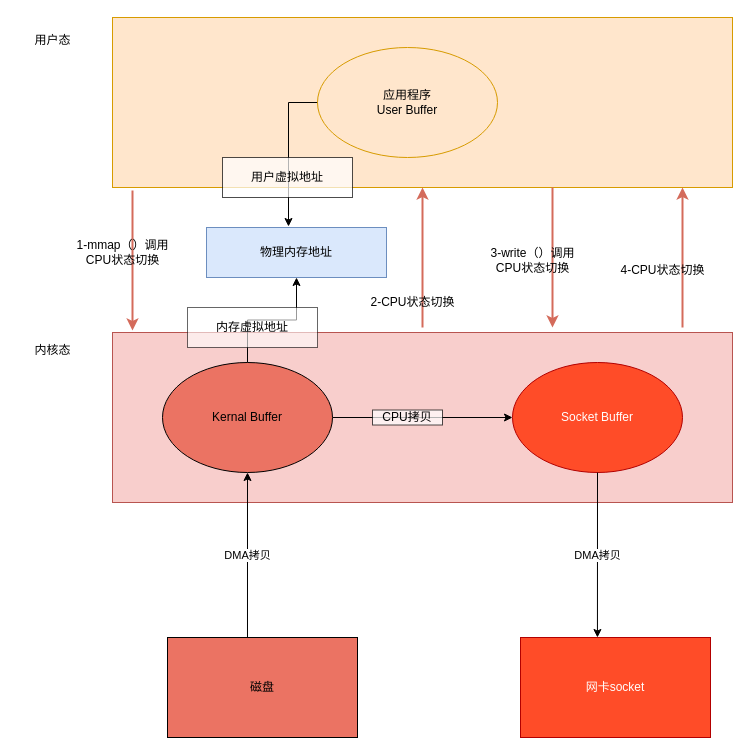
Before: mmap+write.drawio in ChengziMao/diagrams, a draw.io diagram. Source tidied: cells renumbered, new cells numbered last; positions are measured from the earlier drawing's top-left corner, leaving out a move shared by most shapes. Both pictures are drawn from the tidied source at 100%, with x=0, y=0 at pixel (22, 17).
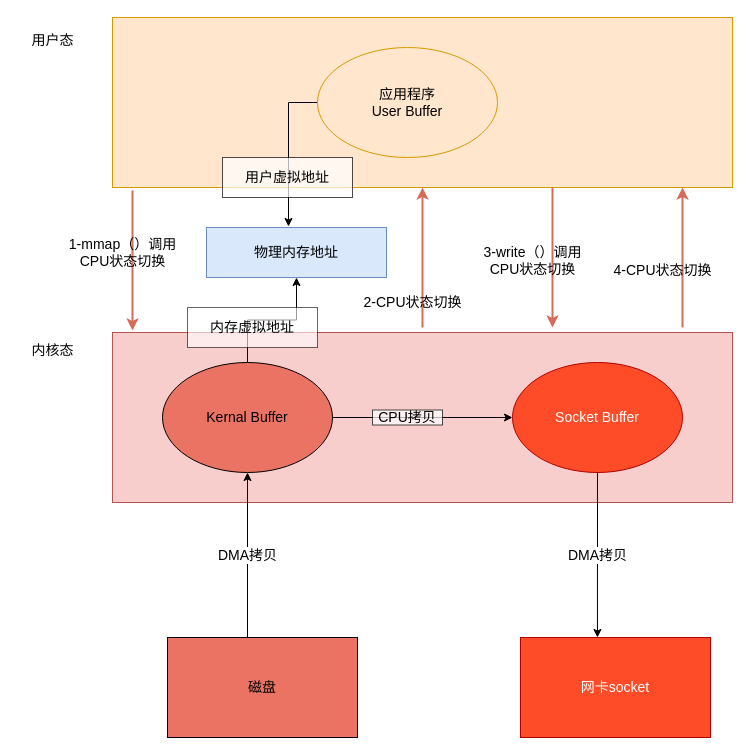
The same diagram, later.

What changed in the source:
```diff
@@
-    <mxCell id="2" style="rounded=0;whiteSpace=wrap;html=1;fillColor=#ffe6cc;strokeColor=#d79b00;" parent="1" vertex="1">
+    <mxCell id="2" style="rounded=0;whiteSpace=wrap;html=1;fillColor=#ffe6cc;strokeColor=#d79b00;fontSize=14;" parent="1" vertex="1">
       <mxGeometry x="90" width="620" height="170" as="geometry" />
     </mxCell>
-    <mxCell id="3" style="edgeStyle=orthogonalEdgeStyle;rounded=0;orthogonalLoop=1;jettySize=auto;html=1;entryX=0.45;entryY=-0.02;entryDx=0;entryDy=0;entryPerimeter=0;" parent="1" edge="1">
+    <mxCell id="3" style="edgeStyle=orthogonalEdgeStyle;rounded=0;orthogonalLoop=1;jettySize=auto;html=1;entryX=0.45;entryY=-0.02;entryDx=0;entryDy=0;entryPerimeter=0;fontSize=14;" parent="1" edge="1">
       <mxGeometry relative="1" as="geometry">
         <mxPoint x="297" y="85" as="sourcePoint" />
         <mxPoint x="266" y="209" as="targetPoint" />
         <Array as="points">
           <mxPoint x="266" y="85" />
         </Array>
       </mxGeometry>
     </mxCell>
-    <mxCell id="4" value="应用程序&lt;div&gt;User Buffer&lt;/div&gt;" style="ellipse;whiteSpace=wrap;html=1;fillColor=#ffe6cc;strokeColor=#d79b00;" parent="1" vertex="1">
+    <mxCell id="4" value="应用程序&lt;div&gt;User Buffer&lt;/div&gt;" style="ellipse;whiteSpace=wrap;html=1;fillColor=#ffe6cc;strokeColor=#d79b00;fontSize=14;" parent="1" vertex="1">
       <mxGeometry x="295" y="30" width="180" height="110" as="geometry" />
     </mxCell>
-    <mxCell id="5" value="用户态" style="text;html=1;align=center;verticalAlign=middle;strokeColor=none;fillColor=none;" parent="1" vertex="1">
-      <mxGeometry y="8" width="60" height="30" as="geometry" />
+    <mxCell id="5" value="用户态" style="text;html=1;align=center;verticalAlign=middle;strokeColor=none;fillColor=none;fontSize=14;" parent="1" vertex="1">
+      <mxGeometry x="-5" y="8" width="70" height="30" as="geometry" />
     </mxCell>
-    <mxCell id="6" style="rounded=0;whiteSpace=wrap;html=1;fillColor=#f8cecc;strokeColor=#b85450;" parent="1" vertex="1">
+    <mxCell id="6" style="rounded=0;whiteSpace=wrap;html=1;fillColor=#f8cecc;strokeColor=#b85450;fontSize=14;" parent="1" vertex="1">
       <mxGeometry x="90" y="315" width="620" height="170" as="geometry" />
     </mxCell>
-    <mxCell id="7" style="edgeStyle=orthogonalEdgeStyle;rounded=0;jettySize=auto;html=1;" parent="1" edge="1" source="9" target="10">
+    <mxCell id="7" style="edgeStyle=orthogonalEdgeStyle;rounded=0;jettySize=auto;html=1;fontSize=14;" parent="1" edge="1" source="9" target="10">
       <mxGeometry relative="1" as="geometry" />
     </mxCell>
-    <mxCell id="8" style="edgeStyle=orthogonalEdgeStyle;rounded=0;jettySize=auto;html=1;entryX=0.5;entryY=1;entryDx=0;entryDy=0;" parent="1" edge="1" source="9" target="18">
+    <mxCell id="8" style="edgeStyle=orthogonalEdgeStyle;rounded=0;jettySize=auto;html=1;entryX=0.5;entryY=1;entryDx=0;entryDy=0;fontSize=14;" parent="1" edge="1" source="9" target="18">
       <mxGeometry relative="1" as="geometry" />
     </mxCell>
-    <mxCell id="9" value="Kernal Buffer" style="ellipse;whiteSpace=wrap;html=1;fillColor=light-dark(#eb7363, #ededed);" parent="1" vertex="1">
+    <mxCell id="9" value="Kernal Buffer" style="ellipse;whiteSpace=wrap;html=1;fillColor=light-dark(#eb7363, #ededed);fontSize=14;" parent="1" vertex="1">
       <mxGeometry x="140" y="345" width="170" height="110" as="geometry" />
     </mxCell>
-    <mxCell id="10" value="Socket Buffer" style="ellipse;whiteSpace=wrap;html=1;fillColor=light-dark(#ff4c28, #ff9281);fontColor=#ffffff;strokeColor=#B20000;" parent="1" vertex="1">
+    <mxCell id="10" value="Socket Buffer" style="ellipse;whiteSpace=wrap;html=1;fillColor=light-dark(#ff4c28, #ff9281);fontColor=#ffffff;strokeColor=#B20000;fontSize=14;" parent="1" vertex="1">
       <mxGeometry x="490" y="345" width="170" height="110" as="geometry" />
     </mxCell>
-    <mxCell id="11" value="磁盘" style="rounded=0;whiteSpace=wrap;html=1;fillColor=light-dark(#eb7363, #ededed);" parent="1" vertex="1">
+    <mxCell id="11" value="磁盘" style="rounded=0;whiteSpace=wrap;html=1;fillColor=light-dark(#eb7363, #ededed);fontSize=14;" parent="1" vertex="1">
       <mxGeometry x="145" y="620" width="190" height="100" as="geometry" />
     </mxCell>
-    <mxCell id="12" value="网卡socket" style="rounded=0;whiteSpace=wrap;html=1;fillColor=light-dark(#ff4c28, #ff9281);fontColor=#ffffff;strokeColor=#B20000;" parent="1" vertex="1">
+    <mxCell id="12" value="网卡socket" style="rounded=0;whiteSpace=wrap;html=1;fillColor=light-dark(#ff4c28, #ff9281);fontColor=#ffffff;strokeColor=#B20000;fontSize=14;" parent="1" vertex="1">
       <mxGeometry x="498" y="620" width="190" height="100" as="geometry" />
     </mxCell>
-    <mxCell id="13" style="endArrow=classic;html=1;rounded=0;entryX=0.5;entryY=1;entryDx=0;entryDy=0;exitX=0.421;exitY=0;exitDx=0;exitDy=0;exitPerimeter=0;" parent="1" edge="1" source="11" target="9">
+    <mxCell id="13" style="endArrow=classic;html=1;rounded=0;entryX=0.5;entryY=1;entryDx=0;entryDy=0;exitX=0.421;exitY=0;exitDx=0;exitDy=0;exitPerimeter=0;fontSize=14;" parent="1" edge="1" source="11" target="9">
       <mxGeometry relative="1" as="geometry" />
     </mxCell>
-    <mxCell id="14" value="DMA拷贝" style="edgeLabel;html=1;align=center;verticalAlign=middle;" parent="13" vertex="1">
+    <mxCell id="14" value="DMA拷贝" style="edgeLabel;html=1;align=center;verticalAlign=middle;fontSize=14;" parent="13" vertex="1">
       <mxGeometry relative="1" as="geometry" />
     </mxCell>
-    <mxCell id="15" style="endArrow=classic;html=1;rounded=0;exitX=0.5;exitY=1;exitDx=0;exitDy=0;entryX=0.405;entryY=0;entryDx=0;entryDy=0;entryPerimeter=0;" parent="1" edge="1" source="10" target="12">
+    <mxCell id="15" style="endArrow=classic;html=1;rounded=0;exitX=0.5;exitY=1;exitDx=0;exitDy=0;entryX=0.405;entryY=0;entryDx=0;entryDy=0;entryPerimeter=0;fontSize=14;" parent="1" edge="1" source="10" target="12">
       <mxGeometry relative="1" as="geometry" />
     </mxCell>
-    <mxCell id="16" value="DMA拷贝" style="edgeLabel;html=1;align=center;verticalAlign=middle;" parent="15" vertex="1">
+    <mxCell id="16" value="DMA拷贝" style="edgeLabel;html=1;align=center;verticalAlign=middle;fontSize=14;" parent="15" vertex="1">
       <mxGeometry relative="1" as="geometry" />
     </mxCell>
-    <mxCell id="17" value="CPU拷贝" style="rounded=0;whiteSpace=wrap;html=1;opacity=70;" parent="1" vertex="1">
+    <mxCell id="17" value="CPU拷贝" style="rounded=0;whiteSpace=wrap;html=1;opacity=70;fontSize=14;" parent="1" vertex="1">
       <mxGeometry x="350" y="392.5" width="70" height="15" as="geometry" />
     </mxCell>
-    <mxCell id="18" value="物理内存地址" style="rounded=0;whiteSpace=wrap;html=1;fillColor=#dae8fc;strokeColor=#6c8ebf;" parent="1" vertex="1">
+    <mxCell id="18" value="物理内存地址" style="rounded=0;whiteSpace=wrap;html=1;fillColor=#dae8fc;strokeColor=#6c8ebf;fontSize=14;" parent="1" vertex="1">
       <mxGeometry x="184" y="210" width="180" height="50" as="geometry" />
     </mxCell>
-    <mxCell id="19" value="用户虚拟地址" style="rounded=0;whiteSpace=wrap;html=1;opacity=70;" parent="1" vertex="1">
+    <mxCell id="19" value="用户虚拟地址" style="rounded=0;whiteSpace=wrap;html=1;opacity=70;fontSize=14;" parent="1" vertex="1">
       <mxGeometry x="200" y="140" width="130" height="40" as="geometry" />
     </mxCell>
-    <mxCell id="20" value="内存虚拟地址" style="rounded=0;whiteSpace=wrap;html=1;opacity=60;" parent="1" vertex="1">
+    <mxCell id="20" value="内存虚拟地址" style="rounded=0;whiteSpace=wrap;html=1;opacity=60;fontSize=14;" parent="1" vertex="1">
       <mxGeometry x="165" y="290" width="130" height="40" as="geometry" />
     </mxCell>
-    <mxCell id="21" value="内核态" style="text;html=1;align=center;verticalAlign=middle;strokeColor=none;fillColor=none;" parent="1" vertex="1">
-      <mxGeometry y="318" width="60" height="30" as="geometry" />
+    <mxCell id="21" value="内核态" style="text;html=1;align=center;verticalAlign=middle;strokeColor=none;fillColor=none;fontSize=14;" parent="1" vertex="1">
+      <mxGeometry x="-5" y="318" width="70" height="30" as="geometry" />
     </mxCell>
-    <mxCell id="22" style="endArrow=classic;html=1;rounded=0;strokeColor=light-dark(#d46b5b, #ededed);strokeWidth=2;" parent="1" edge="1">
+    <mxCell id="22" style="endArrow=classic;html=1;rounded=0;strokeColor=light-dark(#d46b5b, #ededed);strokeWidth=2;fontSize=14;" parent="1" edge="1">
       <mxGeometry relative="1" as="geometry">
         <mxPoint x="110" y="173" as="sourcePoint" />
         <mxPoint x="110" y="313" as="targetPoint" />
       </mxGeometry>
     </mxCell>
-    <mxCell id="23" value="1-mmap（）调用&lt;div&gt;CPU状态切换&lt;/div&gt;" style="text;html=1;align=center;verticalAlign=middle;strokeColor=none;fillColor=none;" parent="1" vertex="1">
-      <mxGeometry x="40" y="215" width="120" height="40" as="geometry" />
+    <mxCell id="23" value="1-mmap（）调用&lt;div&gt;CPU状态切换&lt;/div&gt;" style="text;html=1;align=center;verticalAlign=middle;strokeColor=none;fillColor=none;fontSize=14;" parent="1" vertex="1">
+      <mxGeometry x="35" y="210" width="130" height="50" as="geometry" />
     </mxCell>
-    <mxCell id="24" style="endArrow=classic;html=1;rounded=0;strokeColor=light-dark(#d46b5b, #ededed);strokeWidth=2;" parent="1" edge="1" target="2">
+    <mxCell id="24" style="endArrow=classic;html=1;rounded=0;strokeColor=light-dark(#d46b5b, #ededed);strokeWidth=2;fontSize=14;" parent="1" edge="1" target="2">
       <mxGeometry relative="1" as="geometry">
         <mxPoint x="400" y="310" as="sourcePoint" />
       </mxGeometry>
     </mxCell>
-    <mxCell id="25" value="2-CPU状态切换" style="text;html=1;align=center;verticalAlign=middle;strokeColor=none;fillColor=none;" parent="1" vertex="1">
-      <mxGeometry x="335" y="270" width="110" height="30" as="geometry" />
+    <mxCell id="25" value="2-CPU状态切换" style="text;html=1;align=center;verticalAlign=middle;strokeColor=none;fillColor=none;fontSize=14;" parent="1" vertex="1">
+      <mxGeometry x="330" y="270" width="120" height="30" as="geometry" />
     </mxCell>
-    <mxCell id="26" style="endArrow=classic;html=1;rounded=0;strokeColor=light-dark(#d46b5b, #ededed);strokeWidth=2;" parent="1" edge="1">
+    <mxCell id="26" style="endArrow=classic;html=1;rounded=0;strokeColor=light-dark(#d46b5b, #ededed);strokeWidth=2;fontSize=14;" parent="1" edge="1">
       <mxGeometry relative="1" as="geometry">
         <mxPoint x="530" y="170" as="sourcePoint" />
         <mxPoint x="530" y="310" as="targetPoint" />
       </mxGeometry>
     </mxCell>
-    <mxCell id="27" value="3-write（）调用&lt;div&gt;CPU状态切换&lt;/div&gt;" style="text;html=1;align=center;verticalAlign=middle;strokeColor=none;fillColor=none;" parent="1" vertex="1">
-      <mxGeometry x="455" y="223" width="110" height="40" as="geometry" />
+    <mxCell id="27" value="3-write（）调用&lt;div&gt;CPU状态切换&lt;/div&gt;" style="text;html=1;align=center;verticalAlign=middle;strokeColor=none;fillColor=none;fontSize=14;" parent="1" vertex="1">
+      <mxGeometry x="450" y="218" width="120" height="50" as="geometry" />
     </mxCell>
-    <mxCell id="28" style="endArrow=classic;html=1;rounded=0;strokeColor=light-dark(#d46b5b, #ededed);strokeWidth=2;" parent="1" edge="1">
+    <mxCell id="28" style="endArrow=classic;html=1;rounded=0;strokeColor=light-dark(#d46b5b, #ededed);strokeWidth=2;fontSize=14;" parent="1" edge="1">
       <mxGeometry relative="1" as="geometry">
         <mxPoint x="660" y="310" as="sourcePoint" />
         <mxPoint x="660" y="170" as="targetPoint" />
       </mxGeometry>
     </mxCell>
-    <mxCell id="29" value="4-CPU状态切换" style="text;html=1;align=center;verticalAlign=middle;strokeColor=none;fillColor=none;" parent="1" vertex="1">
-      <mxGeometry x="585" y="238" width="110" height="30" as="geometry" />
+    <mxCell id="29" value="4-CPU状态切换" style="text;html=1;align=center;verticalAlign=middle;strokeColor=none;fillColor=none;fontSize=14;" parent="1" vertex="1">
+      <mxGeometry x="580" y="238" width="120" height="30" as="geometry" />
     </mxCell>
```
